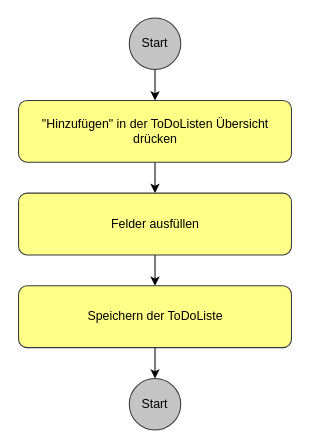
Before: TodoListe-erstellen.drawio in TheYaINN/Taskmaster, a draw.io diagram. Source tidied: cells renumbered, new cells numbered last; positions are measured from the earlier drawing's top-left corner, leaving out a move shared by most shapes. Both pictures are drawn from the tidied source at 103%, with x=0, y=0 at pixel (18, 18).
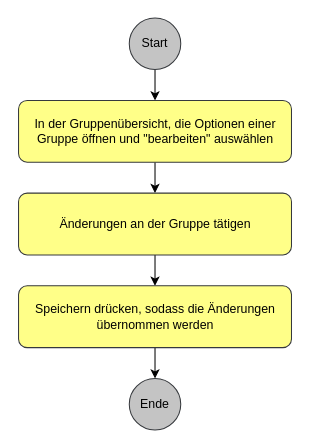
The same diagram, later.

Diff of the diagram source:
```diff
@@
 <mxGraphModel>
   <root>
     <mxCell id="0" />
     <mxCell id="1" parent="0" />
     <mxCell id="2" style="edgeStyle=orthogonalEdgeStyle;rounded=0;jettySize=auto;html=1;" parent="1" edge="1" source="3" target="5">
       <mxGeometry relative="1" as="geometry" />
     </mxCell>
     <mxCell id="3" value="Start" style="ellipse;whiteSpace=wrap;html=1;strokeColor=#36393d;fillColor=#C4C4C4;" parent="1" vertex="1">
       <mxGeometry x="108" width="50" height="50" as="geometry" />
     </mxCell>
     <mxCell id="4" style="edgeStyle=orthogonalEdgeStyle;rounded=0;jettySize=auto;html=1;entryX=0.5;entryY=0;entryDx=0;entryDy=0;" parent="1" edge="1" source="5" target="7">
       <mxGeometry relative="1" as="geometry" />
     </mxCell>
-    <mxCell id="5" value="&quot;Hinzufügen&quot; in der ToDoListen Übersicht drücken" style="rounded=1;whiteSpace=wrap;html=1;fillColor=#ffff88;strokeColor=#36393d;arcSize=14;" parent="1" vertex="1">
+    <mxCell id="5" value="In der Gruppenübersicht, die Optionen einer Gruppe öffnen und &quot;bearbeiten&quot; auswählen" style="rounded=1;whiteSpace=wrap;html=1;fillColor=#ffff88;strokeColor=#36393d;arcSize=14;" parent="1" vertex="1">
       <mxGeometry x="0.5" y="80" width="265" height="60" as="geometry" />
     </mxCell>
     <mxCell id="6" style="edgeStyle=orthogonalEdgeStyle;rounded=0;jettySize=auto;html=1;" parent="1" edge="1" source="7" target="9">
       <mxGeometry relative="1" as="geometry" />
     </mxCell>
-    <mxCell id="7" value="Felder ausfüllen" style="rounded=1;whiteSpace=wrap;html=1;fillColor=#ffff88;strokeColor=#36393d;arcSize=14;" parent="1" vertex="1">
+    <mxCell id="7" value="Änderungen an der Gruppe tätigen" style="rounded=1;whiteSpace=wrap;html=1;fillColor=#ffff88;strokeColor=#36393d;arcSize=14;" parent="1" vertex="1">
       <mxGeometry x="0.5" y="170" width="265" height="60" as="geometry" />
     </mxCell>
     <mxCell id="8" style="edgeStyle=orthogonalEdgeStyle;rounded=0;jettySize=auto;html=1;" parent="1" edge="1" source="9" target="10">
       <mxGeometry relative="1" as="geometry" />
     </mxCell>
-    <mxCell id="9" value="Speichern der ToDoListe" style="rounded=1;whiteSpace=wrap;html=1;fillColor=#ffff88;strokeColor=#36393d;arcSize=14;" parent="1" vertex="1">
+    <mxCell id="9" value="Speichern drücken, sodass die Änderungen übernommen werden" style="rounded=1;whiteSpace=wrap;html=1;fillColor=#ffff88;strokeColor=#36393d;arcSize=14;" parent="1" vertex="1">
       <mxGeometry x="0.5" y="260" width="265" height="60" as="geometry" />
     </mxCell>
-    <mxCell id="10" value="Start" style="ellipse;whiteSpace=wrap;html=1;strokeColor=#36393d;fillColor=#C4C4C4;" parent="1" vertex="1">
+    <mxCell id="10" value="Ende" style="ellipse;whiteSpace=wrap;html=1;strokeColor=#36393d;fillColor=#C4C4C4;" parent="1" vertex="1">
       <mxGeometry x="108" y="350" width="50" height="50" as="geometry" />
     </mxCell>
   </root>
 </mxGraphModel>
```
